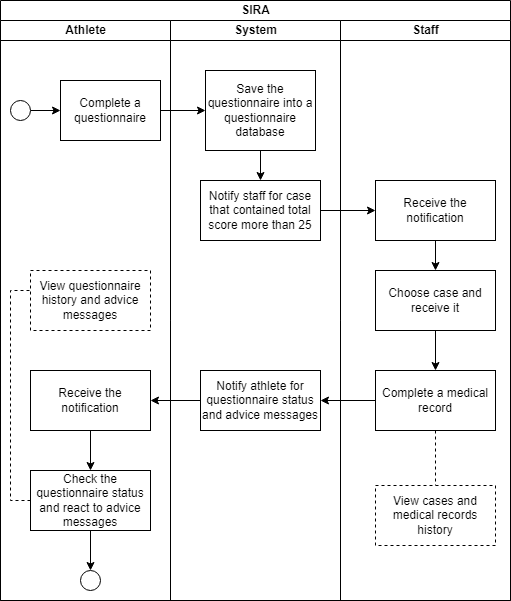
Punny2001/SeniorProject keeps this draw.io diagram as Diagram/System Process.png. Above is the earlier version. Source tidied: cells renumbered, new cells last; positions are measured from the earlier drawing's top-left corner, leaving out a move shared by most shapes.
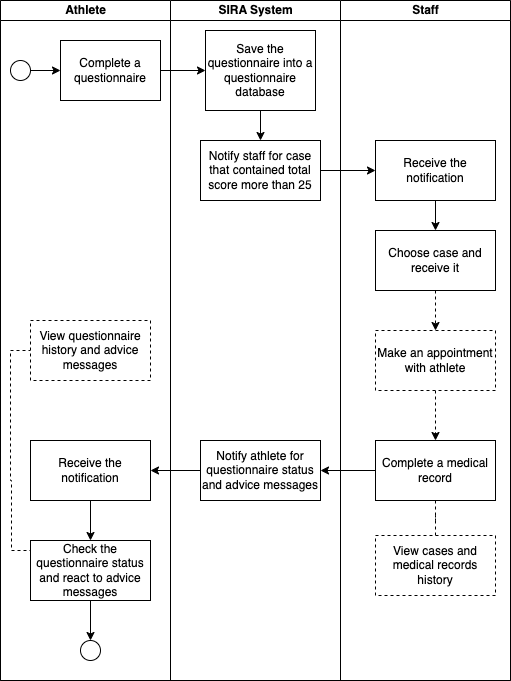
The same file after the commit.

Change to the diagram source:
```diff
@@ -2,86 +2,94 @@
   <root>
     <mxCell id="0" />
     <mxCell id="1" parent="0" />
-    <mxCell id="2" value="SIRA" style="swimlane;startSize=20;html=1;" parent="1" vertex="1">
-      <mxGeometry width="510" height="600" as="geometry" />
+    <mxCell id="2" style="swimlane;startSize=0;html=1;" parent="1" vertex="1">
+      <mxGeometry width="510" height="680" as="geometry" />
     </mxCell>
     <mxCell id="3" value="Athlete" style="swimlane;startSize=20;html=1;" parent="2" vertex="1">
-      <mxGeometry y="20" width="170" height="580" as="geometry" />
+      <mxGeometry width="170" height="680" as="geometry" />
     </mxCell>
     <mxCell id="4" value="Complete a questionnaire" style="rounded=0;whiteSpace=wrap;html=1;" parent="3" vertex="1">
-      <mxGeometry x="60" y="60" width="100" height="60" as="geometry" />
+      <mxGeometry x="60" y="40" width="100" height="60" as="geometry" />
     </mxCell>
     <mxCell id="5" style="edgeStyle=orthogonalEdgeStyle;rounded=0;jettySize=auto;html=1;entryX=0;entryY=0.5;entryDx=0;entryDy=0;" parent="3" edge="1" source="6" target="4">
       <mxGeometry relative="1" as="geometry" />
     </mxCell>
     <mxCell id="6" style="ellipse;whiteSpace=wrap;html=1;" parent="3" vertex="1">
-      <mxGeometry x="10" y="80" width="20" height="20" as="geometry" />
+      <mxGeometry x="10" y="60" width="20" height="20" as="geometry" />
     </mxCell>
     <mxCell id="7" style="edgeStyle=orthogonalEdgeStyle;rounded=0;jettySize=auto;html=1;" parent="3" edge="1" source="8" target="11">
       <mxGeometry relative="1" as="geometry" />
     </mxCell>
     <mxCell id="8" value="Receive the notification" style="whiteSpace=wrap;html=1;rounded=0;" parent="3" vertex="1">
-      <mxGeometry x="30" y="350" width="120" height="60" as="geometry" />
+      <mxGeometry x="30" y="440" width="120" height="60" as="geometry" />
     </mxCell>
     <mxCell id="9" style="edgeStyle=orthogonalEdgeStyle;rounded=0;jettySize=auto;html=1;exitX=0.5;exitY=1;exitDx=0;exitDy=0;entryX=0.5;entryY=0;entryDx=0;entryDy=0;" parent="3" edge="1" source="11" target="12">
       <mxGeometry relative="1" as="geometry" />
     </mxCell>
-    <mxCell id="10" style="edgeStyle=orthogonalEdgeStyle;rounded=0;jettySize=auto;html=1;dashed=1;endArrow=none;endFill=0;exitX=0;exitY=0.5;exitDx=0;exitDy=0;" parent="3" edge="1" source="11" target="13">
+    <mxCell id="10" style="edgeStyle=orthogonalEdgeStyle;rounded=0;jettySize=auto;html=1;dashed=1;endArrow=none;endFill=0;exitX=0;exitY=0.5;exitDx=0;exitDy=0;entryX=0;entryY=0.5;entryDx=0;entryDy=0;" parent="3" edge="1" source="11" target="13">
       <mxGeometry relative="1" as="geometry">
         <Array as="points">
+          <mxPoint x="11" y="550" />
+          <mxPoint x="11" y="480" />
           <mxPoint x="10" y="480" />
-          <mxPoint x="10" y="270" />
+          <mxPoint x="10" y="350" />
         </Array>
       </mxGeometry>
     </mxCell>
     <mxCell id="11" value="Check the questionnaire status and react to advice messages" style="whiteSpace=wrap;html=1;rounded=0;" parent="3" vertex="1">
-      <mxGeometry x="30" y="450" width="120" height="60" as="geometry" />
+      <mxGeometry x="30" y="540" width="120" height="60" as="geometry" />
     </mxCell>
     <mxCell id="12" style="ellipse;whiteSpace=wrap;html=1;" parent="3" vertex="1">
-      <mxGeometry x="80" y="550" width="20" height="20" as="geometry" />
+      <mxGeometry x="80" y="640" width="20" height="20" as="geometry" />
     </mxCell>
     <mxCell id="13" value="View questionnaire history and advice messages" style="whiteSpace=wrap;html=1;rounded=0;dashed=1;" parent="3" vertex="1">
-      <mxGeometry x="30" y="250" width="120" height="60" as="geometry" />
+      <mxGeometry x="30" y="320" width="120" height="60" as="geometry" />
     </mxCell>
-    <mxCell id="14" value="System" style="swimlane;startSize=20;html=1;" parent="2" vertex="1">
-      <mxGeometry x="170" y="20" width="170" height="580" as="geometry" />
+    <mxCell id="14" value="SIRA System" style="swimlane;startSize=20;html=1;" parent="2" vertex="1">
+      <mxGeometry x="170" width="170" height="680" as="geometry" />
     </mxCell>
     <mxCell id="15" value="Save the questionnaire into a questionnaire database" style="rounded=0;whiteSpace=wrap;html=1;" parent="14" vertex="1">
-      <mxGeometry x="35" y="50" width="110" height="80" as="geometry" />
+      <mxGeometry x="35" y="30" width="110" height="80" as="geometry" />
     </mxCell>
     <mxCell id="16" value="Notify staff for case that contained total score more than 25" style="whiteSpace=wrap;html=1;rounded=0;" parent="14" vertex="1">
-      <mxGeometry x="30" y="160" width="120" height="60" as="geometry" />
+      <mxGeometry x="30" y="140" width="120" height="60" as="geometry" />
     </mxCell>
     <mxCell id="17" style="edgeStyle=orthogonalEdgeStyle;rounded=0;jettySize=auto;html=1;" parent="14" edge="1" source="15" target="16">
       <mxGeometry relative="1" as="geometry" />
     </mxCell>
     <mxCell id="18" value="Notify athlete for questionnaire status and advice messages" style="whiteSpace=wrap;html=1;rounded=0;" parent="14" vertex="1">
-      <mxGeometry x="30" y="350" width="120" height="60" as="geometry" />
+      <mxGeometry x="30" y="440" width="120" height="60" as="geometry" />
     </mxCell>
     <mxCell id="19" value="Staff" style="swimlane;startSize=20;html=1;" parent="2" vertex="1">
-      <mxGeometry x="340" y="20" width="170" height="580" as="geometry" />
+      <mxGeometry x="340" width="170" height="680" as="geometry" />
     </mxCell>
     <mxCell id="20" style="edgeStyle=orthogonalEdgeStyle;rounded=0;jettySize=auto;html=1;" parent="19" edge="1" source="21" target="25">
       <mxGeometry relative="1" as="geometry" />
     </mxCell>
     <mxCell id="21" value="Receive the notification" style="rounded=0;whiteSpace=wrap;html=1;" parent="19" vertex="1">
-      <mxGeometry x="35" y="160" width="120" height="60" as="geometry" />
+      <mxGeometry x="35" y="140" width="120" height="60" as="geometry" />
     </mxCell>
     <mxCell id="22" style="edgeStyle=orthogonalEdgeStyle;rounded=0;jettySize=auto;html=1;dashed=1;endArrow=none;endFill=0;" parent="19" edge="1" source="23" target="26">
       <mxGeometry relative="1" as="geometry" />
     </mxCell>
     <mxCell id="23" value="Complete a medical record" style="whiteSpace=wrap;html=1;rounded=0;" parent="19" vertex="1">
-      <mxGeometry x="35" y="350" width="120" height="60" as="geometry" />
+      <mxGeometry x="35" y="440" width="120" height="60" as="geometry" />
     </mxCell>
-    <mxCell id="24" style="edgeStyle=orthogonalEdgeStyle;rounded=0;jettySize=auto;html=1;" parent="19" edge="1" source="25" target="23">
+    <mxCell id="24" style="edgeStyle=orthogonalEdgeStyle;rounded=0;jettySize=auto;html=1;entryX=0.5;entryY=0;entryDx=0;entryDy=0;dashed=1;" parent="19" edge="1" source="25" target="32">
       <mxGeometry relative="1" as="geometry" />
     </mxCell>
     <mxCell id="25" value="Choose case and receive it" style="rounded=0;whiteSpace=wrap;html=1;" parent="19" vertex="1">
-      <mxGeometry x="35" y="250" width="120" height="60" as="geometry" />
+      <mxGeometry x="35" y="230" width="120" height="60" as="geometry" />
     </mxCell>
     <mxCell id="26" value="View cases and medical records history" style="whiteSpace=wrap;html=1;rounded=0;dashed=1;" parent="19" vertex="1">
-      <mxGeometry x="35" y="465" width="120" height="60" as="geometry" />
+      <mxGeometry x="35" y="535" width="120" height="60" as="geometry" />
     </mxCell>
+    <mxCell id="31" style="edgeStyle=orthogonalEdgeStyle;rounded=0;jettySize=auto;html=1;dashed=1;" parent="19" edge="1" source="32" target="23">
+      <mxGeometry relative="1" as="geometry" />
+    </mxCell>
+    <mxCell id="32" value="Make an appointment with athlete" style="whiteSpace=wrap;html=1;rounded=0;dashed=1;" parent="19" vertex="1">
+      <mxGeometry x="35" y="330" width="120" height="60" as="geometry" />
+    </mxCell>
     <mxCell id="27" style="edgeStyle=orthogonalEdgeStyle;rounded=0;jettySize=auto;html=1;" parent="2" edge="1" source="4" target="15">
       <mxGeometry relative="1" as="geometry" />
     </mxCell>
```
